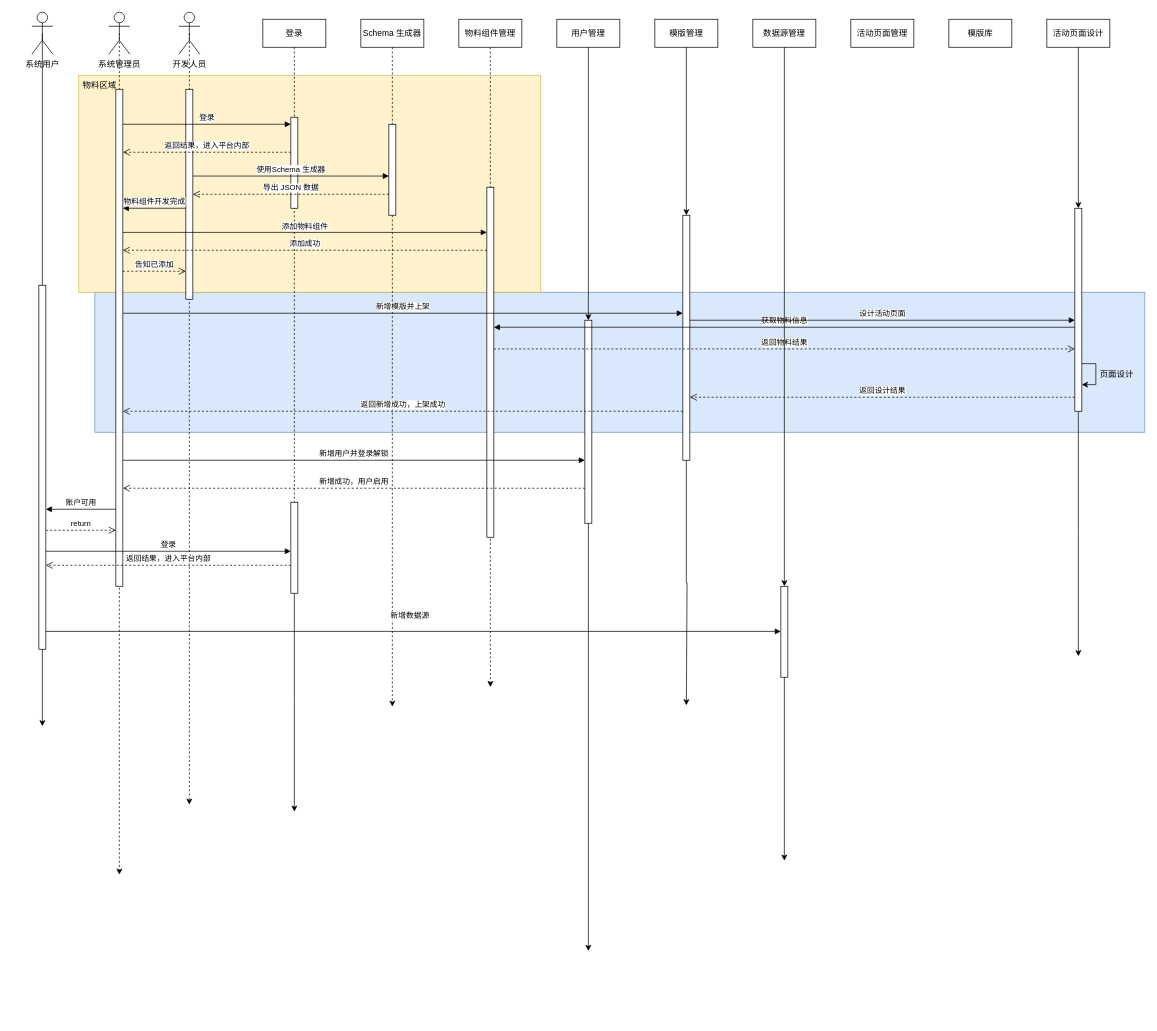
Before: 框图的关系图.drawio in yuxinyu12345/diagrams, a draw.io diagram. Source tidied: cells renumbered, new cells numbered last; positions are measured from the earlier drawing's top-left corner, leaving out a move shared by most shapes. Both pictures are drawn from the tidied source at 70%, with x=0, y=0 at pixel (31, 12).
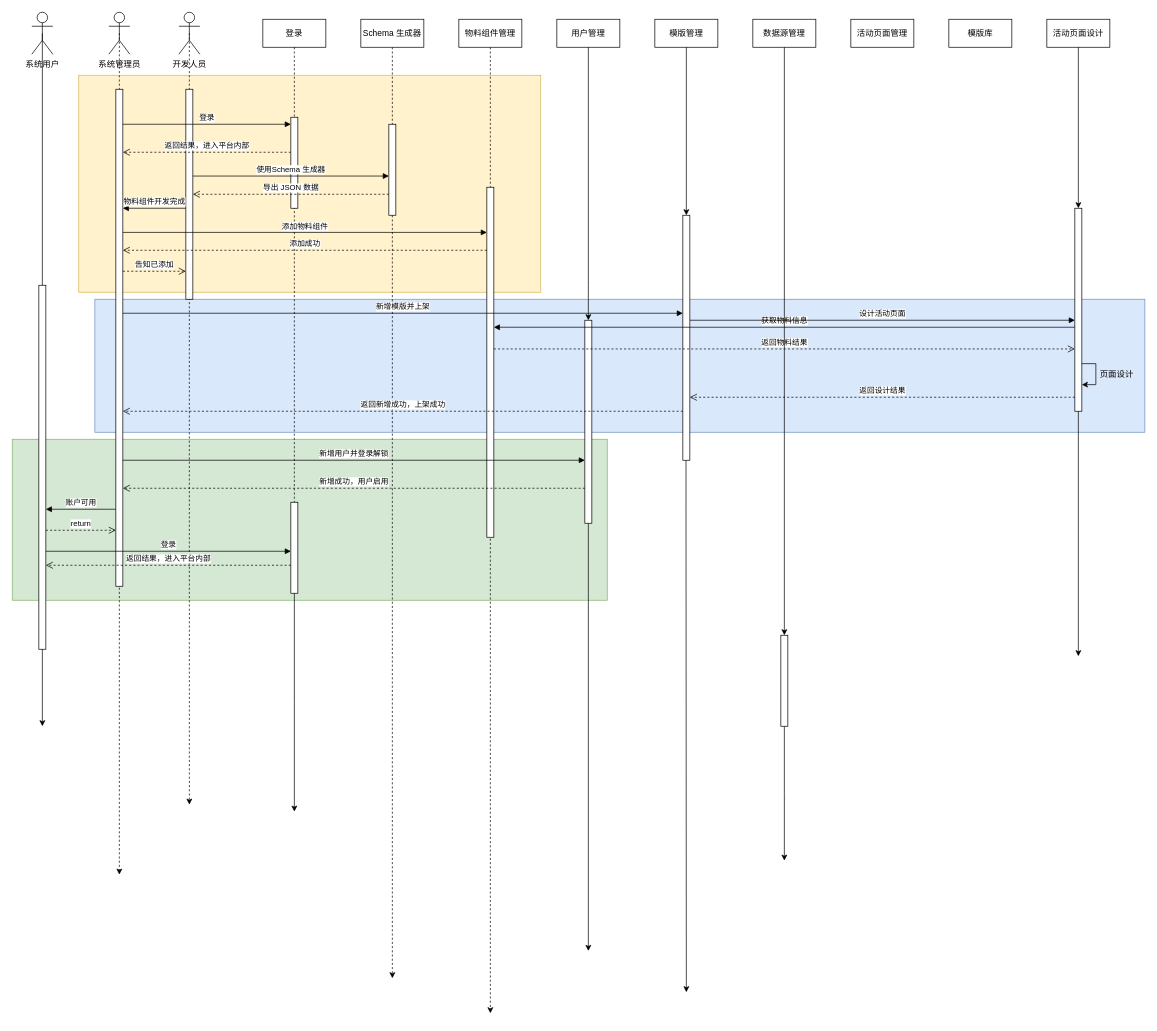
The same diagram, later.

Commit message:
更新框图的关系图.drawio

The change refers to these unchanged cells:
```xml
<mxCell id="13" value="Schema 生成器" style="rounded=0;whiteSpace=wrap;html=1;" parent="1" vertex="1">
  <mxGeometry x="470" y="10" width="90" height="40" as="geometry" />
</mxCell>
<mxCell id="15" value="物料组件管理" style="rounded=0;whiteSpace=wrap;html=1;" parent="1" vertex="1">
  <mxGeometry x="610" y="10" width="90" height="40" as="geometry" />
</mxCell>
<mxCell id="53" style="html=1;points=[[0,0,0,0,5],[0,1,0,0,-5],[1,0,0,0,5],[1,1,0,0,-5]];perimeter=orthogonalPerimeter;outlineConnect=0;targetShapes=umlLifeline;portConstraint=eastwest;newEdgeStyle={&quot;curved&quot;:0,&quot;rounded&quot;:0};" parent="1" vertex="1">
  <mxGeometry x="930" y="290" width="10" height="350" as="geometry" />
</mxCell>
```

The edit, as a diff of the source:
```diff
@@
+    <mxCell id="66" style="rounded=0;whiteSpace=wrap;html=1;fillColor=#d5e8d4;strokeColor=#82b366;" parent="1" vertex="1">
+      <mxGeometry x="-28" y="610" width="850" height="230" as="geometry" />
+    </mxCell>
     <mxCell id="2" style="rounded=0;whiteSpace=wrap;html=1;fillColor=#dae8fc;strokeColor=#6c8ebf;" parent="1" vertex="1">
-      <mxGeometry x="90" y="400" width="1500" height="200" as="geometry" />
+      <mxGeometry x="90" y="410" width="1500" height="190" as="geometry" />
     </mxCell>
@@
     <mxCell id="12" style="edgeStyle=orthogonalEdgeStyle;rounded=0;jettySize=auto;html=1;exitX=0.5;exitY=1;exitDx=0;exitDy=0;dashed=1;" parent="1" edge="1" source="13">
       <mxGeometry relative="1" as="geometry">
-        <mxPoint x="515" y="992" as="targetPoint" />
+        <mxPoint x="515" y="1380" as="targetPoint" />
       </mxGeometry>
     </mxCell>
@@
     <mxCell id="14" style="edgeStyle=orthogonalEdgeStyle;rounded=0;jettySize=auto;html=1;exitX=0.5;exitY=1;exitDx=0;exitDy=0;dashed=1;" parent="1" edge="1" source="15">
       <mxGeometry relative="1" as="geometry">
-        <mxPoint x="655" y="964" as="targetPoint" />
+        <mxPoint x="655" y="1430" as="targetPoint" />
       </mxGeometry>
     </mxCell>
@@
-    <mxCell id="18" style="edgeStyle=orthogonalEdgeStyle;rounded=0;jettySize=auto;html=1;" parent="1" edge="1" source="53">
-      <mxGeometry relative="1" as="geometry">
-        <mxPoint x="935" y="990" as="targetPoint" />
-        <Array as="points">
-          <mxPoint x="935" y="815" />
-          <mxPoint x="936" y="815" />
-        </Array>
-      </mxGeometry>
-    </mxCell>
@@
+    <mxCell id="67" style="edgeStyle=orthogonalEdgeStyle;rounded=0;orthogonalLoop=1;jettySize=auto;html=1;curved=0;exitX=1;exitY=1;exitDx=0;exitDy=-5;exitPerimeter=0;" parent="1" edge="1">
+      <mxGeometry relative="1" as="geometry">
+        <mxPoint x="934.5" y="640" as="sourcePoint" />
+        <mxPoint x="935" y="1400" as="targetPoint" />
+        <Array as="points">
+          <mxPoint x="934.5" y="705" />
+          <mxPoint x="934.5" y="705" />
+        </Array>
+      </mxGeometry>
+    </mxCell>
@@
     <mxCell id="61" style="html=1;points=[[0,0,0,0,5],[0,1,0,0,-5],[1,0,0,0,5],[1,1,0,0,-5]];perimeter=orthogonalPerimeter;outlineConnect=0;targetShapes=umlLifeline;portConstraint=eastwest;newEdgeStyle={&quot;curved&quot;:0,&quot;rounded&quot;:0};" parent="1" vertex="1">
-      <mxGeometry x="1070" y="820" width="10" height="130" as="geometry" />
+      <mxGeometry x="1070" y="890" width="10" height="130" as="geometry" />
     </mxCell>
-    <mxCell id="62" value="新增数据源" style="html=1;verticalAlign=bottom;endArrow=block;curved=0;rounded=0;" parent="1" edge="1" target="61">
-      <mxGeometry x="-0.01" y="15" relative="1" as="geometry">
-        <mxPoint x="20" y="884.5" as="sourcePoint" />
-        <mxPoint y="1" as="offset" />
-      </mxGeometry>
-    </mxCell>
@@
-    <mxCell id="65" value="物料区域" style="text;html=1;align=center;verticalAlign=middle;whiteSpace=wrap;rounded=0;" parent="1" vertex="1">
-      <mxGeometry x="67" y="90" width="60" height="30" as="geometry" />
-    </mxCell>
```
